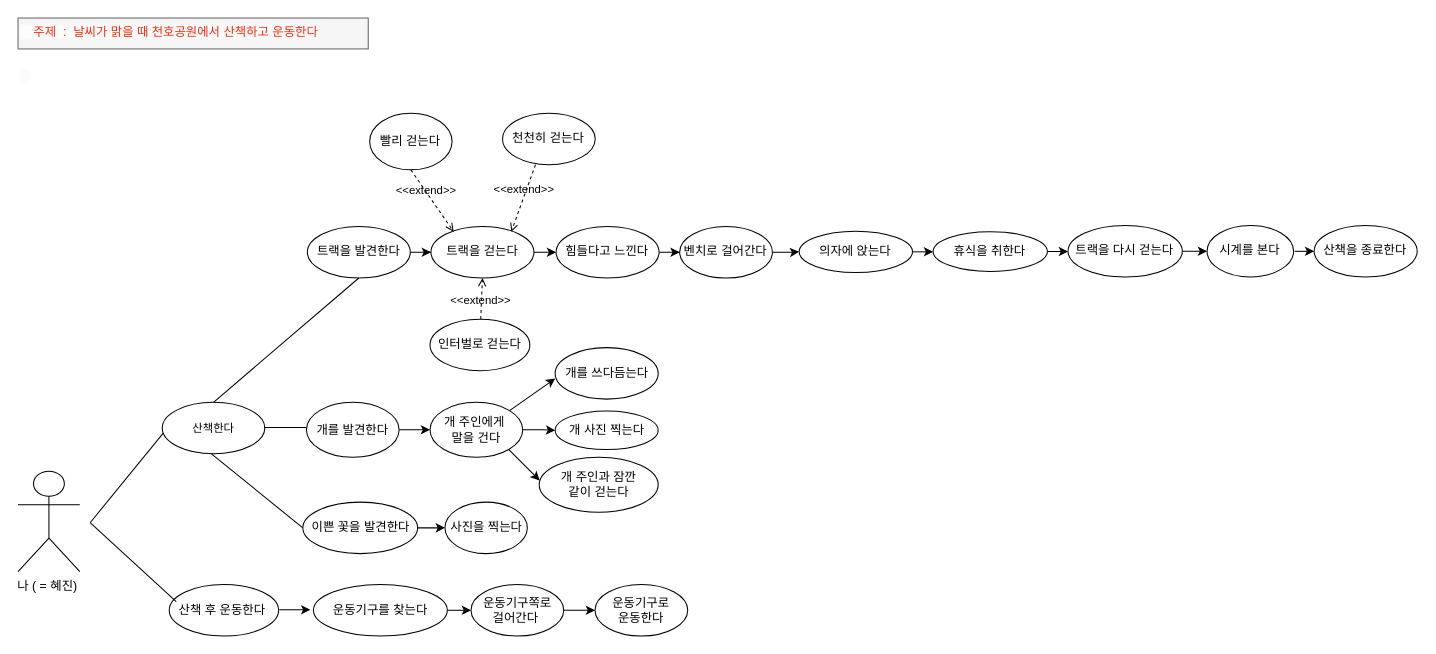
This is usecase_diagram/제목 없는 다이어그램.drawio from Jin-bright/diagram_study, a draw.io file, before an edit. Source tidied: cells renumbered, new cells numbered last; positions are measured from the earlier drawing's top-left corner, leaving out a move shared by most shapes. Both pictures are drawn from the tidied source at 103%, with x=0, y=0 at pixel (18, 18).
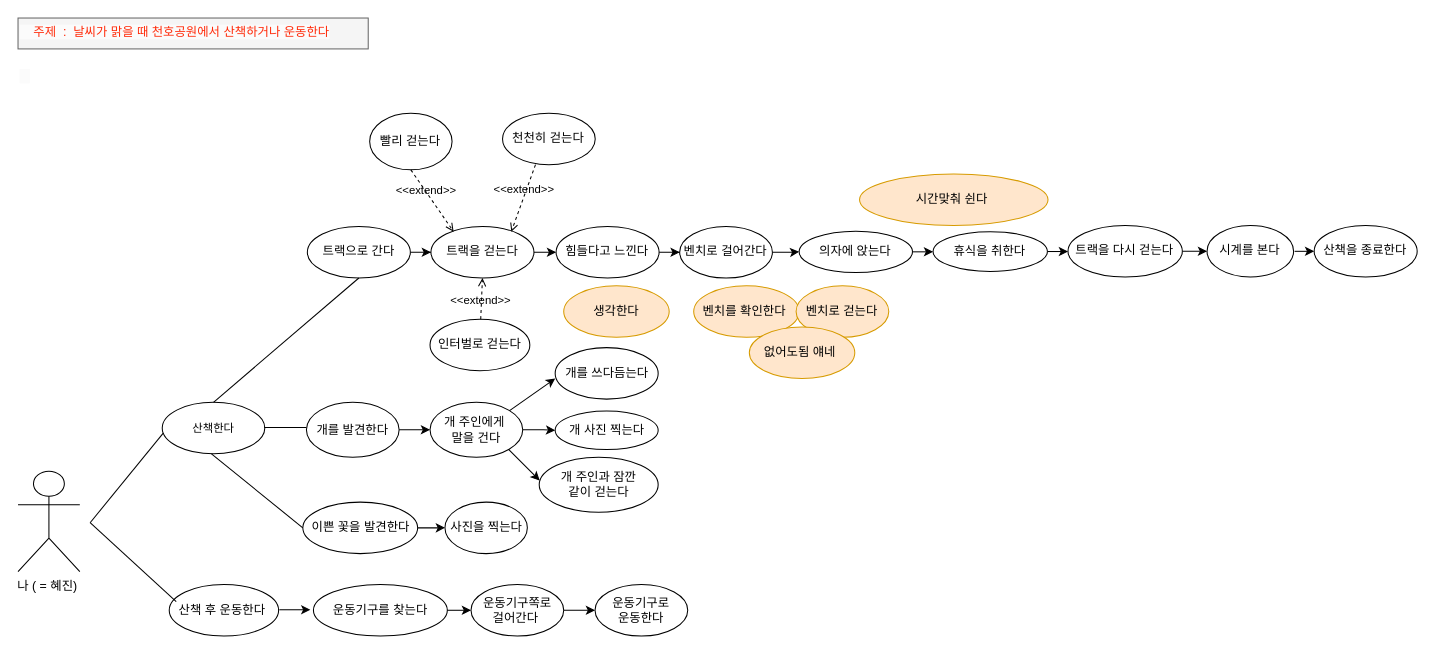
After the change.

Commit message:
제목 없는 다이어그램.drawio 업데이트

The edit, as a diff of the source:
```diff
@@
-    <mxCell id="7" value="트랙을 발견한다" style="ellipse;whiteSpace=wrap;html=1;" parent="1" vertex="1">
+    <mxCell id="7" value="트랙으로 간다" style="ellipse;whiteSpace=wrap;html=1;" parent="1" vertex="1">
       <mxGeometry x="280.9" y="202.4" width="100" height="50" as="geometry" />
     </mxCell>
@@
-    <mxCell id="33" value="&lt;span style=&quot;color: rgb(255, 41, 8); font-family: Helvetica; font-size: 12px; font-style: normal; font-variant-ligatures: normal; font-variant-caps: normal; font-weight: 400; letter-spacing: normal; orphans: 2; text-align: left; text-indent: 0px; text-transform: none; widows: 2; word-spacing: 0px; -webkit-text-stroke-width: 0px; background-color: rgb(251, 251, 251); text-decoration-thickness: initial; text-decoration-style: initial; text-decoration-color: initial; float: none; display: inline !important;&quot;&gt;&amp;nbsp; &amp;nbsp; 주제&amp;nbsp; :&amp;nbsp; 날씨가 맑을 때 천호공원에서 산책하고 운동한다&lt;br&gt;&lt;br&gt;&lt;br&gt;&amp;nbsp; &amp;nbsp;&lt;br&gt;&lt;/span&gt;" style="text;whiteSpace=wrap;html=1;fillColor=#f5f5f5;fontColor=#333333;strokeColor=#666666;" parent="1" vertex="1">
+    <mxCell id="33" value="&lt;span style=&quot;color: rgb(255, 41, 8); font-family: Helvetica; font-size: 12px; font-style: normal; font-variant-ligatures: normal; font-variant-caps: normal; font-weight: 400; letter-spacing: normal; orphans: 2; text-align: left; text-indent: 0px; text-transform: none; widows: 2; word-spacing: 0px; -webkit-text-stroke-width: 0px; background-color: rgb(251, 251, 251); text-decoration-thickness: initial; text-decoration-style: initial; text-decoration-color: initial; float: none; display: inline !important;&quot;&gt;&amp;nbsp; &amp;nbsp; 주제&amp;nbsp; :&amp;nbsp; 날씨가 맑을 때 천호공원에서 산책하거나 운동한다&lt;br&gt;&lt;br&gt;&lt;br&gt;&amp;nbsp; &amp;nbsp;&lt;br&gt;&lt;/span&gt;" style="text;whiteSpace=wrap;html=1;fillColor=#f5f5f5;fontColor=#333333;strokeColor=#666666;" parent="1" vertex="1">
       <mxGeometry width="340" height="30" as="geometry" />
     </mxCell>
@@
+    <mxCell id="53" value="벤치를 확인한다&amp;nbsp;" style="ellipse;whiteSpace=wrap;html=1;fillColor=#ffe6cc;strokeColor=#d79b00;" parent="1" vertex="1">
+      <mxGeometry x="656" y="260" width="102.4" height="50" as="geometry" />
+    </mxCell>
+    <mxCell id="54" value="벤치로 걷는다" style="ellipse;whiteSpace=wrap;html=1;fillColor=#ffe6cc;strokeColor=#d79b00;" parent="1" vertex="1">
+      <mxGeometry x="755.4" y="260" width="90" height="50" as="geometry" />
+    </mxCell>
+    <mxCell id="55" value="생각한다" style="ellipse;whiteSpace=wrap;html=1;fillColor=#ffe6cc;strokeColor=#d79b00;" parent="1" vertex="1">
+      <mxGeometry x="529.8" y="260" width="102.4" height="50" as="geometry" />
+    </mxCell>
+    <mxCell id="56" value="없어도됨 얘네&amp;nbsp;" style="ellipse;whiteSpace=wrap;html=1;fillColor=#ffe6cc;strokeColor=#d79b00;" parent="1" vertex="1">
+      <mxGeometry x="710" y="300" width="102.4" height="50" as="geometry" />
+    </mxCell>
+    <mxCell id="57" value="시간맞춰 쉰다&amp;nbsp;" style="ellipse;whiteSpace=wrap;html=1;fillColor=#ffe6cc;strokeColor=#d79b00;" parent="1" vertex="1">
+      <mxGeometry x="817" y="151.4" width="183" height="50" as="geometry" />
+    </mxCell>
```
